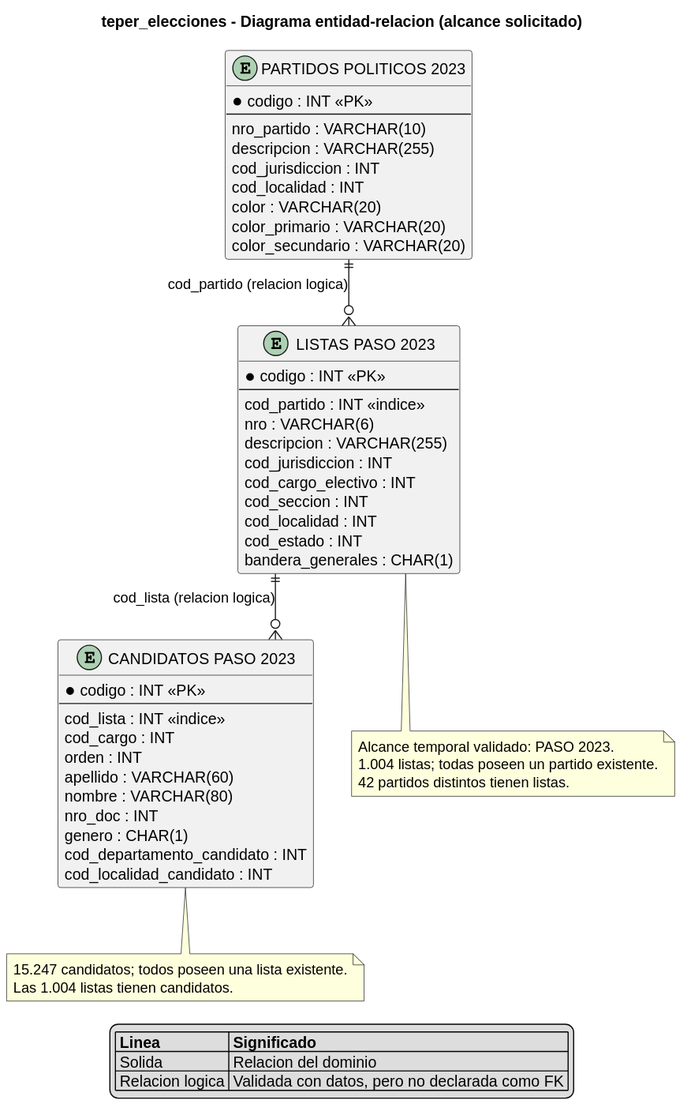
teperentrerios/documentacion keeps this PlantUML diagram as elecciones2023/01_diagrama_entidad_relacion.svg. Above is the earlier version.
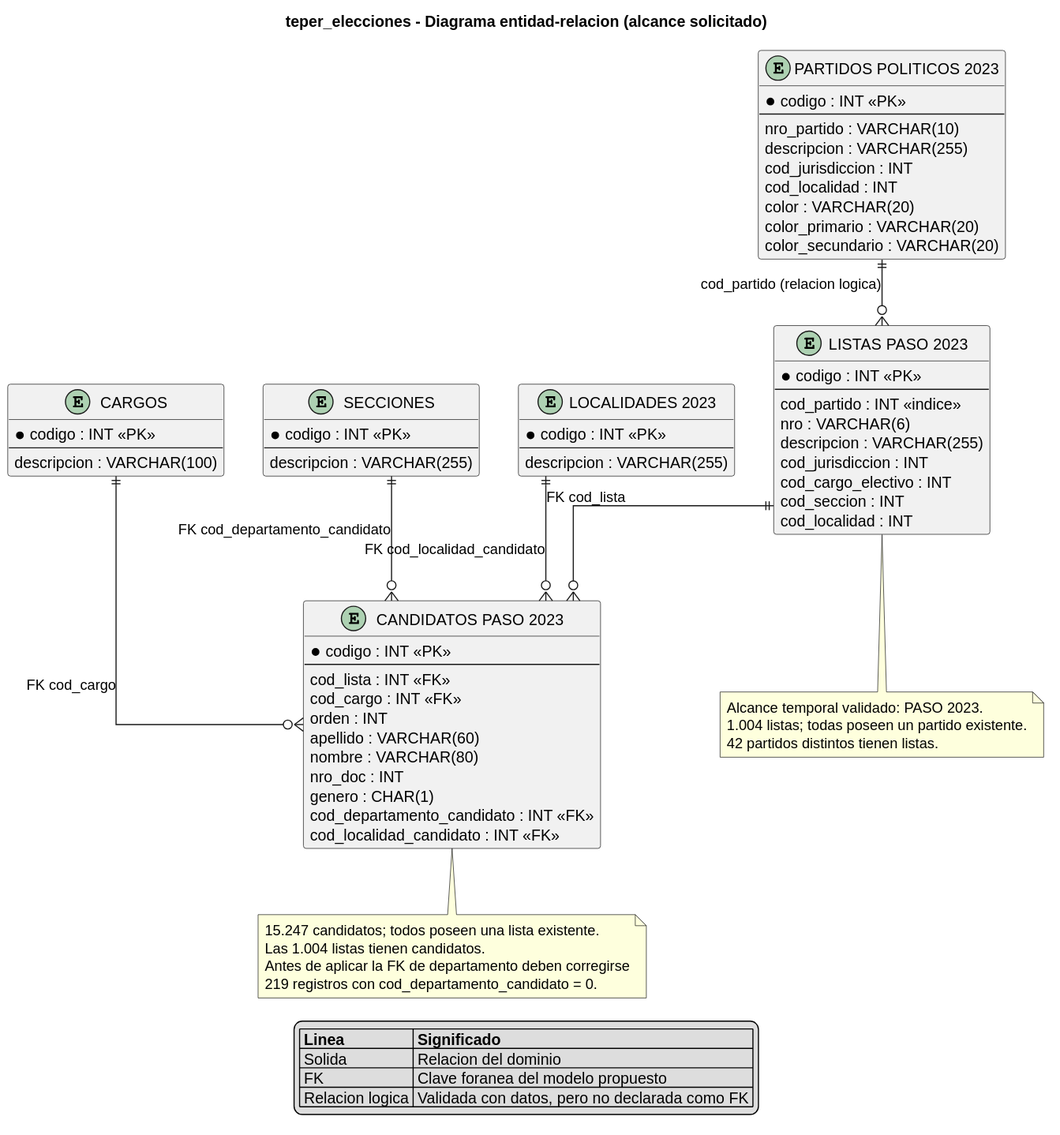
The same diagram one commit later.

Diff of the diagram source:
```diff
@@ -32,26 +32,45 @@
   cod_cargo_electivo : INT
   cod_seccion : INT
   cod_localidad : INT
-  cod_estado : INT
-  bandera_generales : CHAR(1)
 }
 
 entity "CANDIDATOS PASO 2023" as Candidato2023 {
   * codigo : INT <<PK>>
   --
-  cod_lista : INT <<indice>>
-  cod_cargo : INT
+  cod_lista : INT <<FK>>
+  cod_cargo : INT <<FK>>
   orden : INT
   apellido : VARCHAR(60)
   nombre : VARCHAR(80)
   nro_doc : INT
   genero : CHAR(1)
-  cod_departamento_candidato : INT
-  cod_localidad_candidato : INT
+  cod_departamento_candidato : INT <<FK>>
+  cod_localidad_candidato : INT <<FK>>
+}
+
+entity "CARGOS" as Cargo {
+  * codigo : INT <<PK>>
+  --
+  descripcion : VARCHAR(100)
+}
+
+entity "SECCIONES" as Seccion {
+  * codigo : INT <<PK>>
+  --
+  descripcion : VARCHAR(255)
+}
+
+entity "LOCALIDADES 2023" as Localidad2023 {
+  * codigo : INT <<PK>>
+  --
+  descripcion : VARCHAR(255)
 }
 
 Partido2023 ||--o{ Lista2023 : "cod_partido (relacion logica)"
-Lista2023 ||--o{ Candidato2023 : "cod_lista (relacion logica)"
+Lista2023 ||--o{ Candidato2023 : "FK cod_lista"
+Cargo ||--o{ Candidato2023 : "FK cod_cargo"
+Seccion ||--o{ Candidato2023 : "FK cod_departamento_candidato"
+Localidad2023 ||--o{ Candidato2023 : "FK cod_localidad_candidato"
 
 note bottom of Lista2023
   Alcance temporal validado: PASO 2023.
@@ -62,11 +81,14 @@
 note bottom of Candidato2023
   15.247 candidatos; todos poseen una lista existente.
   Las 1.004 listas tienen candidatos.
+  Antes de aplicar la FK de departamento deben corregirse
+  219 registros con cod_departamento_candidato = 0.
 end note
 
 legend bottom
   |= Linea |= Significado |
   | Solida | Relacion del dominio |
+  | FK | Clave foranea del modelo propuesto |
   | Relacion logica | Validada con datos, pero no declarada como FK |
 endlegend
 @enduml
```
